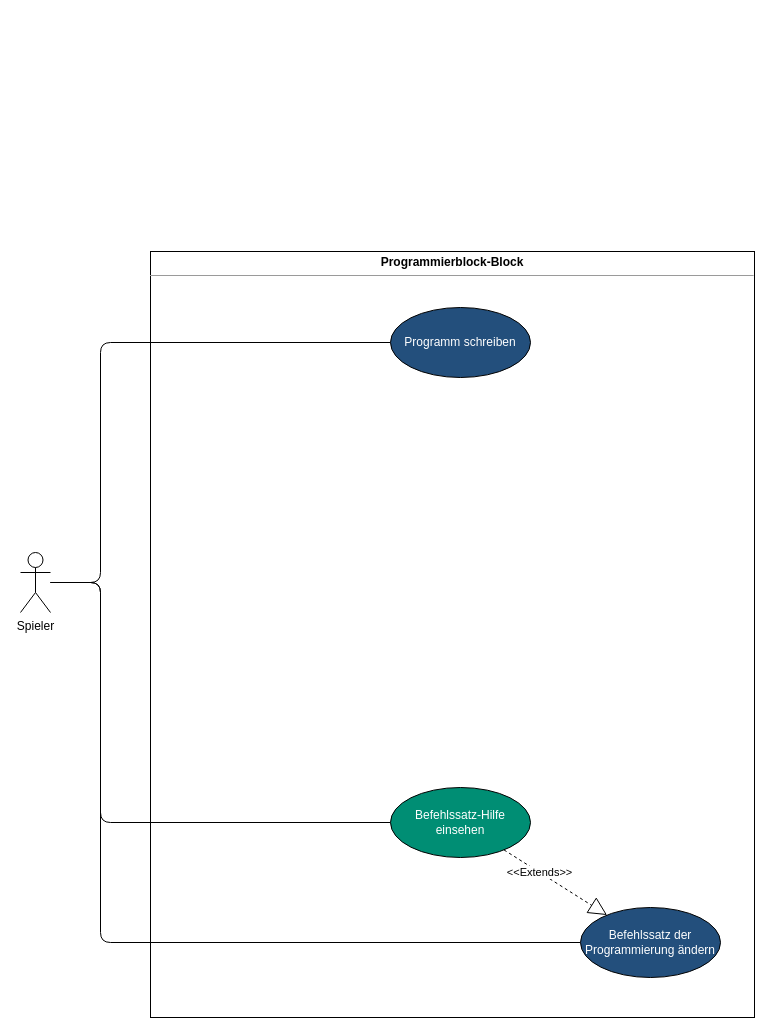
This is Programmier-Block.drawio from LundiNord/RISCJ-Diagramms, a draw.io file, before an edit. Source tidied: cells renumbered, new cells numbered last; positions are measured from the earlier drawing's top-left corner, leaving out a move shared by most shapes. Both pictures are drawn from the tidied source at 100%, with x=0, y=0 at pixel (20, 251).
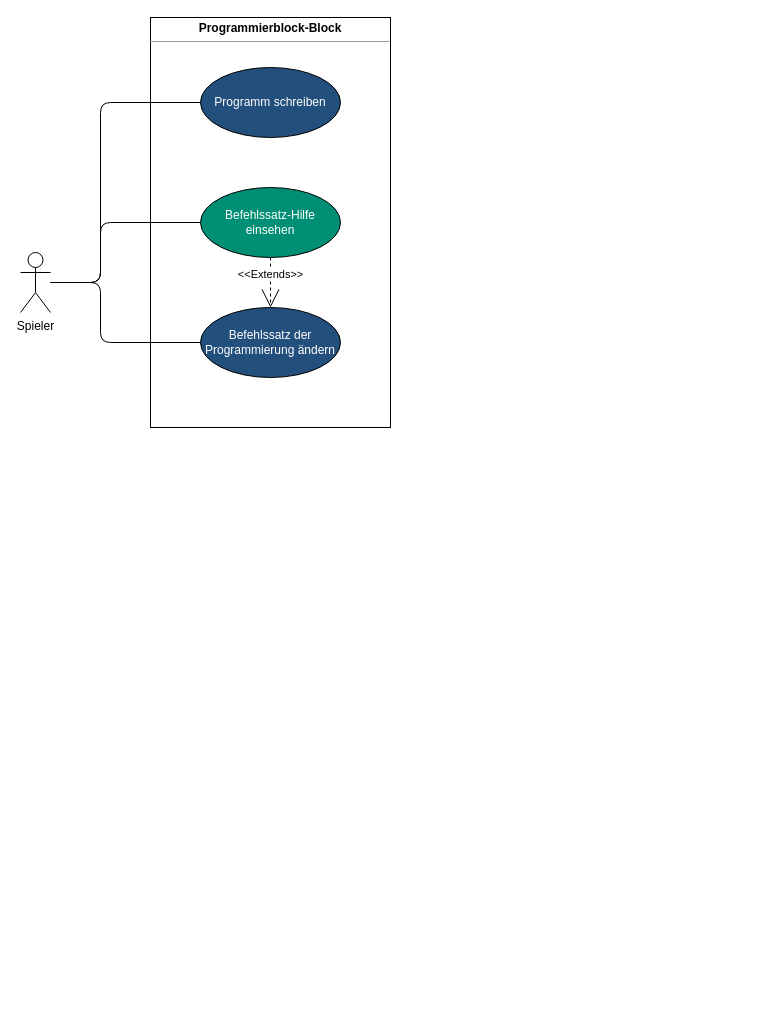
The same diagram, later.

Commit message:
Programmier-Block.drawio aktualisiert - finalized

Change to the diagram source:
```diff
@@
 <mxGraphModel>
   <root>
     <mxCell id="0" />
     <mxCell id="1" parent="0" />
     <mxCell id="2" value="&lt;p style=&quot;margin: 0px ; margin-top: 4px ; text-align: center&quot;&gt;&lt;b&gt;Programmierblock-Block&lt;/b&gt;&lt;/p&gt;&lt;hr size=&quot;1&quot;&gt;&lt;div style=&quot;height: 2px&quot;&gt;&lt;/div&gt;" style="verticalAlign=top;align=left;overflow=fill;fontSize=12;fontFamily=Helvetica;html=1;" parent="1" vertex="1">
-      <mxGeometry x="130" width="604" height="766" as="geometry" />
+      <mxGeometry x="130" y="-234" width="240" height="410" as="geometry" />
     </mxCell>
+    <mxCell id="11" style="edgeStyle=orthogonalEdgeStyle;rounded=1;jettySize=auto;html=1;endArrow=none;endFill=0;strokeColor=default;" parent="1" edge="1" source="5" target="7">
+      <mxGeometry relative="1" as="geometry">
+        <Array as="points">
+          <mxPoint x="80" y="31" />
+          <mxPoint x="80" y="-149" />
+        </Array>
+      </mxGeometry>
+    </mxCell>
-    <mxCell id="3" style="edgeStyle=orthogonalEdgeStyle;rounded=1;jettySize=auto;html=1;endArrow=none;endFill=0;" parent="1" edge="1" source="5" target="9">
+    <mxCell id="3" style="edgeStyle=orthogonalEdgeStyle;shape=connector;rounded=1;jettySize=auto;html=1;labelBackgroundColor=default;strokeColor=default;align=center;verticalAlign=middle;fontFamily=Helvetica;fontSize=11;fontColor=default;endArrow=none;endFill=0;" parent="1" edge="1" source="5" target="9">
       <mxGeometry relative="1" as="geometry">
         <Array as="points">
-          <mxPoint x="80" y="331" />
-          <mxPoint x="80" y="571" />
+          <mxPoint x="80" y="31" />
+          <mxPoint x="80" y="-29" />
         </Array>
       </mxGeometry>
     </mxCell>
-    <mxCell id="4" style="edgeStyle=orthogonalEdgeStyle;rounded=1;jettySize=auto;html=1;endArrow=none;endFill=0;" parent="1" edge="1" source="5" target="8">
+    <mxCell id="4" style="edgeStyle=orthogonalEdgeStyle;shape=connector;rounded=1;jettySize=auto;html=1;labelBackgroundColor=default;strokeColor=default;align=center;verticalAlign=middle;fontFamily=Helvetica;fontSize=11;fontColor=default;endArrow=none;endFill=0;" parent="1" edge="1" source="5" target="8">
       <mxGeometry relative="1" as="geometry">
         <Array as="points">
-          <mxPoint x="80" y="331" />
-          <mxPoint x="80" y="691" />
+          <mxPoint x="80" y="31" />
+          <mxPoint x="80" y="91" />
         </Array>
       </mxGeometry>
     </mxCell>
     <mxCell id="5" value="Spieler" style="shape=umlActor;verticalLabelPosition=bottom;labelBackgroundColor=#ffffff;verticalAlign=top;html=1;outlineConnect=0;" parent="1" vertex="1">
-      <mxGeometry y="301" width="30" height="60" as="geometry" />
+      <mxGeometry y="1" width="30" height="60" as="geometry" />
     </mxCell>
-    <mxCell id="6" style="edgeStyle=orthogonalEdgeStyle;rounded=1;jettySize=auto;html=1;endArrow=none;endFill=0;" parent="1" edge="1" source="7" target="5">
-      <mxGeometry relative="1" as="geometry">
-        <Array as="points">
-          <mxPoint x="80" y="91" />
-          <mxPoint x="80" y="331" />
-        </Array>
-      </mxGeometry>
-    </mxCell>
     <mxCell id="7" value="Programm schreiben" style="ellipse;whiteSpace=wrap;html=1;fillColor=#234f7c;fontColor=#FFFFFF;" parent="1" vertex="1">
-      <mxGeometry x="370" y="56" width="140" height="70" as="geometry" />
+      <mxGeometry x="180" y="-184" width="140" height="70" as="geometry" />
     </mxCell>
     <mxCell id="8" value="Befehlssatz der Programmierung ändern" style="ellipse;whiteSpace=wrap;html=1;fillColor=#234f7c;fontColor=#FFFFFF;" parent="1" vertex="1">
-      <mxGeometry x="560" y="656" width="140" height="70" as="geometry" />
+      <mxGeometry x="180" y="56" width="140" height="70" as="geometry" />
     </mxCell>
     <mxCell id="9" value="Befehlssatz-Hilfe einsehen" style="ellipse;whiteSpace=wrap;html=1;fillColor=#008e74;fontColor=#FFFFFF;" parent="1" vertex="1">
-      <mxGeometry x="370" y="536" width="140" height="70" as="geometry" />
+      <mxGeometry x="180" y="-64" width="140" height="70" as="geometry" />
     </mxCell>
-    <mxCell id="10" value="&amp;lt;&amp;lt;Extends&lt;span style=&quot;color: rgb(0 , 0 , 0)&quot;&gt;&amp;gt;&amp;gt;&lt;/span&gt;" style="endArrow=block;endSize=16;endFill=0;html=1;dashed=1;" parent="1" edge="1" source="9" target="8">
+    <mxCell id="10" value="&amp;lt;&amp;lt;Extends&lt;span style=&quot;color: rgb(0 , 0 , 0)&quot;&gt;&amp;gt;&amp;gt;&lt;/span&gt;" style="endArrow=open;endSize=16;endFill=0;html=1;dashed=1;" parent="1" edge="1" source="9" target="8">
       <mxGeometry x="-0.31" relative="1" as="geometry" />
     </mxCell>
   </root>
 </mxGraphModel>
```
